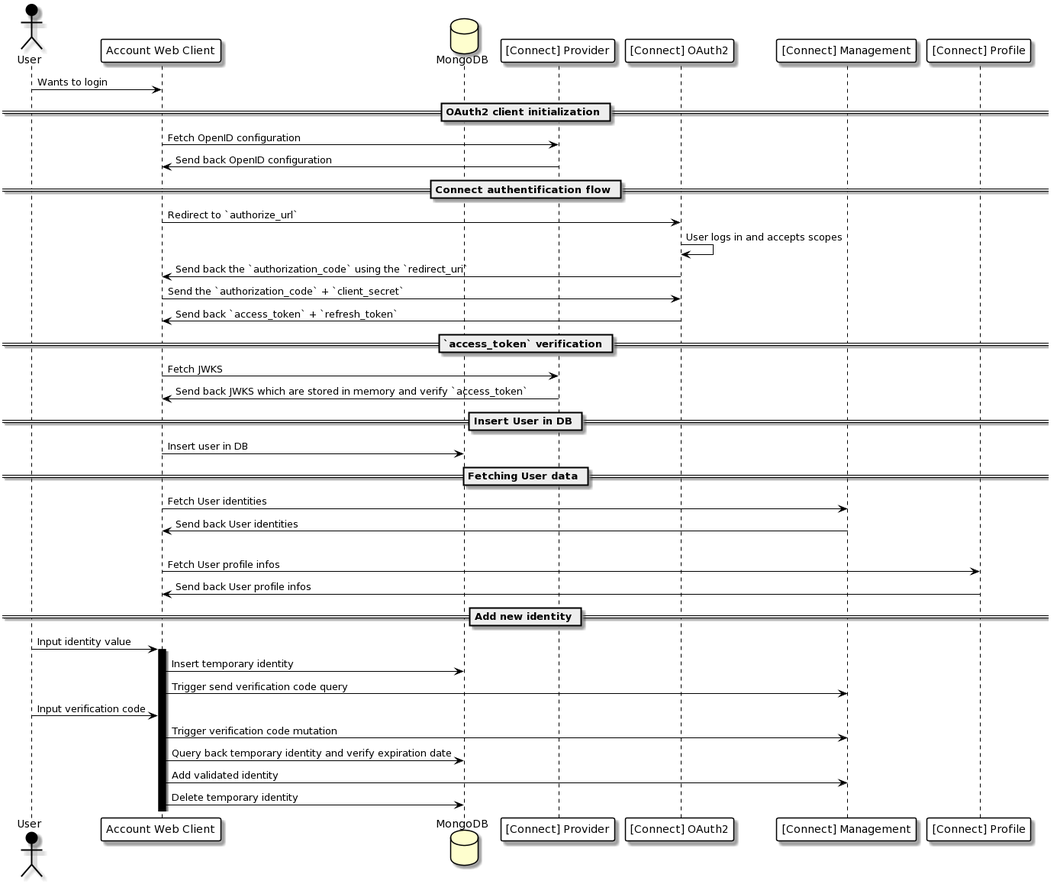
This is src/assets/account-flow-diagram.png from fewlinesco/connect-account, a PlantUML export, as it was before one commit.
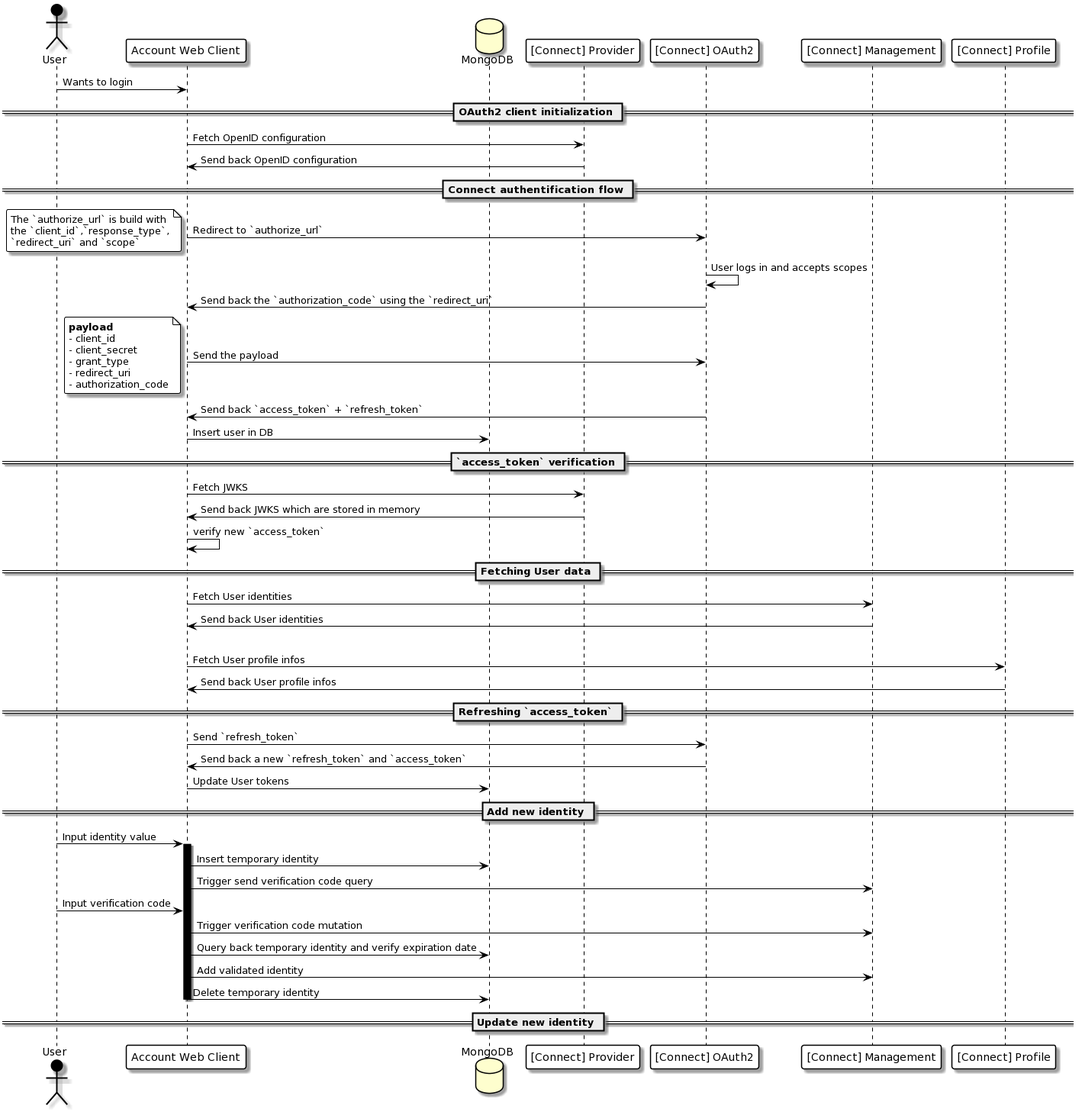
The same file after the commit.

What changed in the source:
```diff
@@ -15,6 +15,8 @@
 
 	ActorBackgroundColor #000
 	ActorFontColor #000
+
+        NoteBorderColor #000
 }
 
 skinparam roundcorner 5
@@ -37,19 +39,30 @@
 == Connect authentification flow ==
 
 account -> connect : Redirect to `authorize_url`
+note left
+The `authorize_url` is build with
+the `client_id`,`response_type`,
+`redirect_uri` and `scope`
+end note
 connect -> connect : User logs in and accepts scopes
 connect -> account : Send back the `authorization_code` using the `redirect_uri`
-account -> connect : Send the `authorization_code` + `client_secret`
+account -> connect : Send the payload
+note left
+**payload**
+- client_id
+- client_secret
+- grant_type
+- redirect_uri
+- authorization_code
+end note
 connect -> account : Send back `access_token` + `refresh_token`
+account -> mongo : Insert user in DB
 
 == `access_token` verification ==
 
 account -> provider : Fetch JWKS
-provider -> account : Send back JWKS which are stored in memory and verify `access_token`
-
-== Insert User in DB ==
-
-account -> mongo : Insert user in DB
+provider -> account : Send back JWKS which are stored in memory
+account -> account : verify new `access_token`
 
 == Fetching User data ==
 
@@ -60,6 +73,12 @@
 
 account -> profile : Fetch User profile infos
 profile -> account : Send back User profile infos
+
+== Refreshing `access_token` ==
+
+account -> connect : Send `refresh_token`
+connect -> account : Send back a new `refresh_token` and `access_token`
+account -> mongo : Update User tokens
 
 == Add new identity ==
 
@@ -72,4 +91,7 @@
 account -> mongo : Query back temporary identity and verify expiration date
 account -> management : Add validated identity
 account -> mongo : Delete temporary identity
+deactivate account
+
+== Update new identity ==
 @enduml
```
